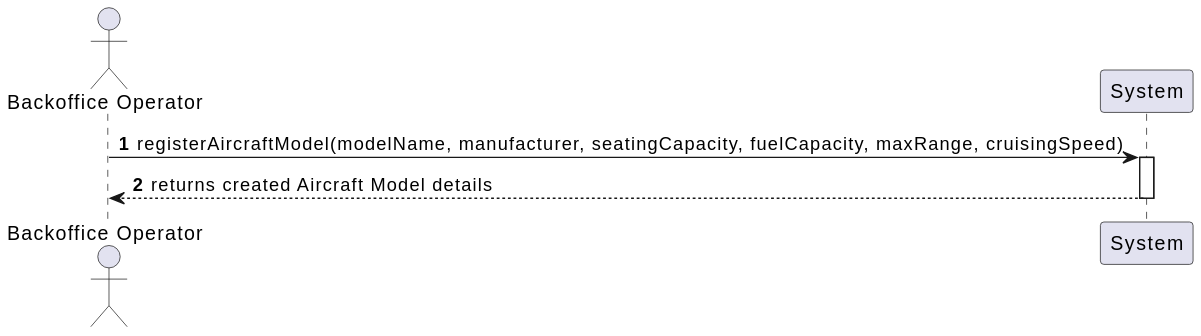
VascoMagolo/psoft_1231562_1241692_1242036_2db keeps this PlantUML diagram as docs/system-documentation/use-cases/WP1A/US101/svg/ssd_us101.svg. Above is the earlier version. Source of this version:
```plantuml
@startuml
autonumber
actor "Backoffice Operator" as BO
participant "System" as Sys

BO -> Sys : registerAircraftModel(modelName, manufacturer, seatingCapacity, fuelCapacity, maxRange, cruisingSpeed)
activate Sys
Sys --> BO : returns created Aircraft Model details
deactivate Sys
@enduml
```
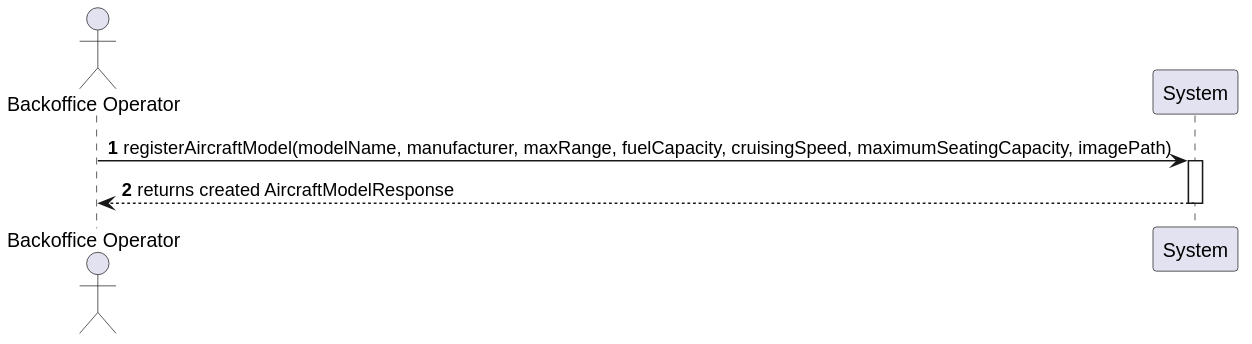
Later version of the same file.

Change to the diagram source:
```diff
@@ -1,10 +1,9 @@
 @startuml
 autonumber
-actor "Backoffice Operator" as BO
+actor "Backoffice Operator" as Actor
 participant "System" as Sys
-
-BO -> Sys : registerAircraftModel(modelName, manufacturer, seatingCapacity, fuelCapacity, maxRange, cruisingSpeed)
+Actor -> Sys : registerAircraftModel(modelName, manufacturer, maxRange, fuelCapacity, cruisingSpeed, maximumSeatingCapacity, imagePath)
 activate Sys
-Sys --> BO : returns created Aircraft Model details
+Sys --> Actor : returns created AircraftModelResponse
 deactivate Sys
 @enduml
```
